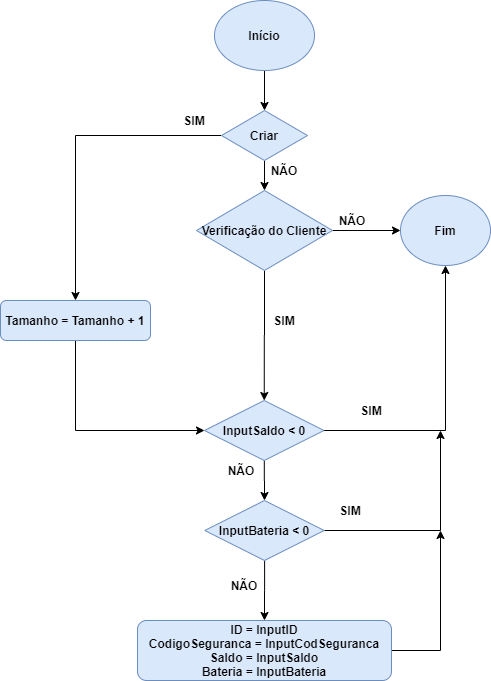
The draw.io diagram AlterarBaseDados.png in ProgRub/Proj2AC, before a commit. Source tidied: cells renumbered, new cells last; positions are measured from the earlier drawing's top-left corner, leaving out a move shared by most shapes.
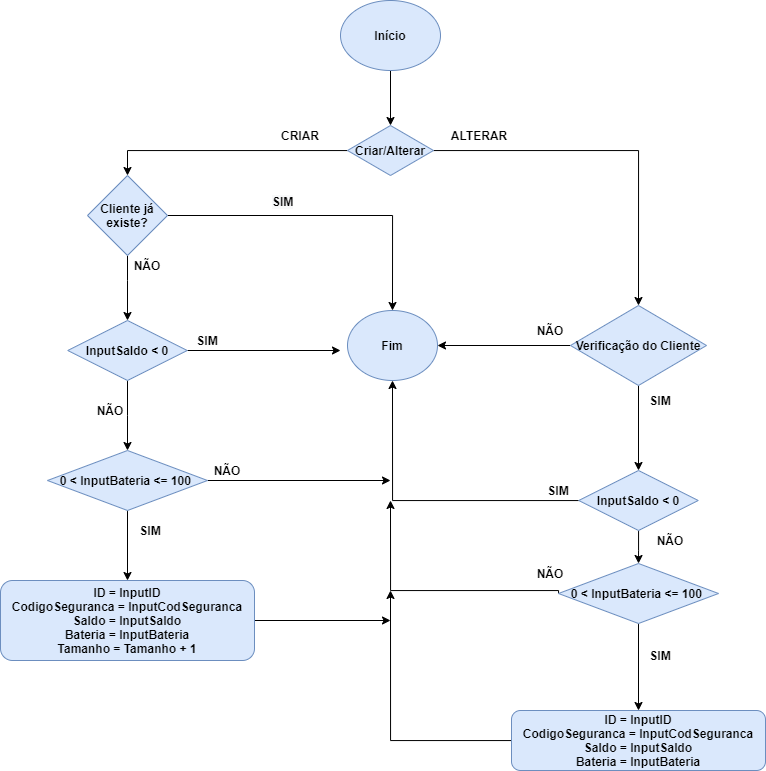
The same diagram one commit later.

Diff of the diagram source:
```diff
@@ -6,7 +6,7 @@
       <mxGeometry relative="1" as="geometry" />
     </mxCell>
     <mxCell id="3" value="&lt;b&gt;Início&lt;/b&gt;" style="ellipse;whiteSpace=wrap;html=1;fillColor=#dae8fc;strokeColor=#6c8ebf;" parent="1" vertex="1">
-      <mxGeometry x="214" width="100" height="70" as="geometry" />
+      <mxGeometry x="190" y="-60" width="100" height="70" as="geometry" />
     </mxCell>
     <mxCell id="4" style="edgeStyle=orthogonalEdgeStyle;rounded=0;jettySize=auto;html=1;" parent="1" edge="1" source="6" target="7">
       <mxGeometry relative="1" as="geometry" />
@@ -15,36 +15,26 @@
       <mxGeometry relative="1" as="geometry" />
     </mxCell>
     <mxCell id="6" value="&lt;b&gt;Verificação do Cliente&lt;/b&gt;" style="rhombus;whiteSpace=wrap;html=1;fillColor=#dae8fc;strokeColor=#6c8ebf;" parent="1" vertex="1">
-      <mxGeometry x="196" y="190" width="136" height="80" as="geometry" />
+      <mxGeometry x="420" y="245" width="136" height="80" as="geometry" />
     </mxCell>
     <mxCell id="7" value="&lt;b&gt;Fim&lt;/b&gt;" style="ellipse;whiteSpace=wrap;html=1;fillColor=#dae8fc;strokeColor=#6c8ebf;" parent="1" vertex="1">
-      <mxGeometry x="400" y="195" width="90" height="70" as="geometry" />
+      <mxGeometry x="197" y="250" width="90" height="70" as="geometry" />
     </mxCell>
     <mxCell id="8" value="&lt;b&gt;NÃO&lt;/b&gt;" style="text;html=1;strokeColor=none;fillColor=none;align=center;verticalAlign=middle;whiteSpace=wrap;rounded=0;" parent="1" vertex="1">
-      <mxGeometry x="332" y="210" width="40" height="20" as="geometry" />
+      <mxGeometry x="380" y="260" width="40" height="20" as="geometry" />
     </mxCell>
     <mxCell id="9" value="&lt;b&gt;SIM&lt;/b&gt;" style="text;html=1;strokeColor=none;fillColor=none;align=center;verticalAlign=middle;whiteSpace=wrap;rounded=0;" parent="1" vertex="1">
-      <mxGeometry x="264" y="310" width="40" height="20" as="geometry" />
+      <mxGeometry x="490" y="330" width="40" height="20" as="geometry" />
     </mxCell>
     <mxCell id="10" style="edgeStyle=orthogonalEdgeStyle;rounded=0;jettySize=auto;html=1;entryX=0.5;entryY=0;entryDx=0;entryDy=0;" parent="1" edge="1" source="12" target="6">
       <mxGeometry relative="1" as="geometry" />
     </mxCell>
-    <mxCell id="11" style="edgeStyle=orthogonalEdgeStyle;rounded=0;jettySize=auto;html=1;entryX=0.5;entryY=0;entryDx=0;entryDy=0;" parent="1" edge="1" source="12" target="14">
-      <mxGeometry relative="1" as="geometry" />
-    </mxCell>
+    <mxCell id="29" style="edgeStyle=orthogonalEdgeStyle;rounded=0;jettySize=auto;html=1;entryX=0.5;entryY=0;entryDx=0;entryDy=0;" parent="1" edge="1" source="12" target="34">
+      <mxGeometry relative="1" as="geometry" />
+    </mxCell>
-    <mxCell id="12" value="&lt;b&gt;Criar&lt;/b&gt;" style="rhombus;whiteSpace=wrap;html=1;fillColor=#dae8fc;strokeColor=#6c8ebf;" parent="1" vertex="1">
-      <mxGeometry x="221" y="110" width="86" height="50" as="geometry" />
+    <mxCell id="12" value="&lt;b&gt;Criar/Alterar&lt;/b&gt;" style="rhombus;whiteSpace=wrap;html=1;fillColor=#dae8fc;strokeColor=#6c8ebf;" parent="1" vertex="1">
+      <mxGeometry x="197" y="65" width="86" height="50" as="geometry" />
     </mxCell>
-    <mxCell id="13" style="edgeStyle=orthogonalEdgeStyle;rounded=0;jettySize=auto;html=1;entryX=0;entryY=0.5;entryDx=0;entryDy=0;" parent="1" edge="1" source="14" target="17">
-      <mxGeometry relative="1" as="geometry">
-        <Array as="points">
-          <mxPoint x="75" y="430" />
-        </Array>
-      </mxGeometry>
-    </mxCell>
-    <mxCell id="14" value="&lt;b&gt;Tamanho = Tamanho + 1&lt;/b&gt;" style="rounded=1;whiteSpace=wrap;html=1;fillColor=#dae8fc;strokeColor=#6c8ebf;" parent="1" vertex="1">
-      <mxGeometry y="300" width="150" height="40" as="geometry" />
-    </mxCell>
     <mxCell id="15" style="edgeStyle=orthogonalEdgeStyle;rounded=0;jettySize=auto;html=1;entryX=0.5;entryY=0;entryDx=0;entryDy=0;" parent="1" edge="1" source="17" target="23">
       <mxGeometry relative="1" as="geometry" />
     </mxCell>
@@ -52,44 +42,113 @@
       <mxGeometry relative="1" as="geometry" />
     </mxCell>
     <mxCell id="17" value="&lt;b&gt;InputSaldo &amp;lt; 0&lt;/b&gt;" style="rhombus;whiteSpace=wrap;html=1;fillColor=#dae8fc;strokeColor=#6c8ebf;" parent="1" vertex="1">
-      <mxGeometry x="204" y="400" width="119.5" height="60" as="geometry" />
+      <mxGeometry x="428.2" y="410" width="119.5" height="60" as="geometry" />
     </mxCell>
     <mxCell id="18" value="&lt;b&gt;SIM&lt;/b&gt;" style="text;html=1;strokeColor=none;fillColor=none;align=center;verticalAlign=middle;whiteSpace=wrap;rounded=0;" parent="1" vertex="1">
-      <mxGeometry x="351" y="400" width="40" height="20" as="geometry" />
+      <mxGeometry x="388.2" y="420" width="40" height="20" as="geometry" />
     </mxCell>
-    <mxCell id="19" style="edgeStyle=orthogonalEdgeStyle;rounded=0;jettySize=auto;html=1;" parent="1" edge="1" source="20">
-      <mxGeometry relative="1" as="geometry">
-        <mxPoint x="440" y="530" as="targetPoint" />
-      </mxGeometry>
-    </mxCell>
+    <mxCell id="30" style="edgeStyle=orthogonalEdgeStyle;rounded=0;jettySize=auto;html=1;" parent="1" edge="1" source="20">
+      <mxGeometry relative="1" as="geometry">
+        <mxPoint x="240" y="530" as="targetPoint" />
+        <Array as="points">
+          <mxPoint x="240" y="680" />
+        </Array>
+      </mxGeometry>
+    </mxCell>
     <mxCell id="20" value="&lt;b&gt;ID = InputID&lt;br&gt;CodigoSeguranca = InputCodSeguranca&lt;br&gt;Saldo = InputSaldo&lt;br&gt;Bateria = InputBateria&lt;/b&gt;" style="rounded=1;whiteSpace=wrap;html=1;fillColor=#dae8fc;strokeColor=#6c8ebf;" parent="1" vertex="1">
-      <mxGeometry x="137" y="620" width="254" height="60" as="geometry" />
+      <mxGeometry x="361" y="650" width="254" height="60" as="geometry" />
     </mxCell>
     <mxCell id="21" style="edgeStyle=orthogonalEdgeStyle;rounded=0;jettySize=auto;html=1;entryX=0.5;entryY=0;entryDx=0;entryDy=0;" parent="1" edge="1" source="23" target="20">
       <mxGeometry relative="1" as="geometry" />
     </mxCell>
-    <mxCell id="22" style="edgeStyle=orthogonalEdgeStyle;rounded=0;jettySize=auto;html=1;" parent="1" edge="1" source="23">
-      <mxGeometry relative="1" as="geometry">
-        <mxPoint x="440" y="430" as="targetPoint" />
-      </mxGeometry>
-    </mxCell>
+    <mxCell id="31" style="edgeStyle=orthogonalEdgeStyle;rounded=0;jettySize=auto;html=1;exitX=0;exitY=0.5;exitDx=0;exitDy=0;" parent="1" edge="1" source="23">
+      <mxGeometry relative="1" as="geometry">
+        <mxPoint x="240" y="440" as="targetPoint" />
+        <Array as="points">
+          <mxPoint x="408" y="530" />
+          <mxPoint x="240" y="530" />
+        </Array>
+      </mxGeometry>
+    </mxCell>
-    <mxCell id="23" value="&lt;b&gt;InputBateria &amp;lt; 0&lt;/b&gt;" style="rhombus;whiteSpace=wrap;html=1;fillColor=#dae8fc;strokeColor=#6c8ebf;" parent="1" vertex="1">
-      <mxGeometry x="204.2" y="500" width="119.5" height="60" as="geometry" />
+    <mxCell id="23" value="&lt;b&gt;0 &amp;lt; InputBateria &amp;lt;= 100&amp;nbsp;&lt;/b&gt;" style="rhombus;whiteSpace=wrap;html=1;fillColor=#dae8fc;strokeColor=#6c8ebf;" parent="1" vertex="1">
+      <mxGeometry x="408" y="503" width="160" height="60" as="geometry" />
     </mxCell>
     <mxCell id="24" value="&lt;b&gt;SIM&lt;/b&gt;" style="text;html=1;strokeColor=none;fillColor=none;align=center;verticalAlign=middle;whiteSpace=wrap;rounded=0;" parent="1" vertex="1">
-      <mxGeometry x="330" y="500" width="40" height="20" as="geometry" />
+      <mxGeometry x="490" y="585" width="40" height="20" as="geometry" />
     </mxCell>
-    <mxCell id="25" value="&lt;b&gt;NÃO&lt;/b&gt;" style="text;html=1;strokeColor=none;fillColor=none;align=center;verticalAlign=middle;whiteSpace=wrap;rounded=0;" parent="1" vertex="1">
-      <mxGeometry x="221" y="460" width="40" height="20" as="geometry" />
-    </mxCell>
     <mxCell id="26" value="&lt;b&gt;NÃO&lt;/b&gt;" style="text;html=1;strokeColor=none;fillColor=none;align=center;verticalAlign=middle;whiteSpace=wrap;rounded=0;" parent="1" vertex="1">
-      <mxGeometry x="224" y="575" width="40" height="20" as="geometry" />
+      <mxGeometry x="380" y="503" width="40" height="20" as="geometry" />
     </mxCell>
-    <mxCell id="27" value="&lt;b&gt;NÃO&lt;/b&gt;" style="text;html=1;strokeColor=none;fillColor=none;align=center;verticalAlign=middle;whiteSpace=wrap;rounded=0;" parent="1" vertex="1">
-      <mxGeometry x="264" y="160" width="40" height="20" as="geometry" />
+    <mxCell id="27" value="&lt;b&gt;ALTERAR&lt;/b&gt;" style="text;html=1;strokeColor=none;fillColor=none;align=center;verticalAlign=middle;whiteSpace=wrap;rounded=0;" parent="1" vertex="1">
+      <mxGeometry x="309" y="65" width="40" height="20" as="geometry" />
     </mxCell>
-    <mxCell id="28" value="&lt;b&gt;SIM&lt;/b&gt;" style="text;html=1;strokeColor=none;fillColor=none;align=center;verticalAlign=middle;whiteSpace=wrap;rounded=0;" parent="1" vertex="1">
-      <mxGeometry x="174" y="110" width="40" height="20" as="geometry" />
+    <mxCell id="28" value="&lt;b&gt;CRIAR&lt;/b&gt;" style="text;html=1;strokeColor=none;fillColor=none;align=center;verticalAlign=middle;whiteSpace=wrap;rounded=0;" parent="1" vertex="1">
+      <mxGeometry x="130" y="65" width="40" height="20" as="geometry" />
     </mxCell>
+    <mxCell id="32" style="edgeStyle=orthogonalEdgeStyle;rounded=0;jettySize=auto;html=1;entryX=0.5;entryY=0;entryDx=0;entryDy=0;" parent="1" edge="1" source="34" target="39">
+      <mxGeometry relative="1" as="geometry">
+        <Array as="points">
+          <mxPoint x="-23" y="220" />
+          <mxPoint x="-23" y="220" />
+        </Array>
+      </mxGeometry>
+    </mxCell>
+    <mxCell id="33" style="edgeStyle=orthogonalEdgeStyle;rounded=0;jettySize=auto;html=1;entryX=0.5;entryY=0;entryDx=0;entryDy=0;" parent="1" edge="1" source="34" target="7">
+      <mxGeometry relative="1" as="geometry" />
+    </mxCell>
+    <mxCell id="34" value="Cliente já existe?" style="rhombus;whiteSpace=wrap;html=1;fillColor=#dae8fc;strokeColor=#6c8ebf;fontStyle=1;" parent="1" vertex="1">
+      <mxGeometry x="-63" y="115" width="80" height="80" as="geometry" />
+    </mxCell>
+    <mxCell id="35" value="&lt;div&gt;&#10;&#10;&lt;!--StartFragment--&gt;&lt;b style=&quot;color: rgb(0, 0, 0); font-family: Helvetica; font-size: 12px; font-style: normal; font-variant-ligatures: normal; font-variant-caps: normal; letter-spacing: normal; orphans: 2; text-align: center; text-indent: 0px; text-transform: none; widows: 2; word-spacing: 0px; -webkit-text-stroke-width: 0px; background-color: rgb(248, 249, 250); text-decoration-style: initial; text-decoration-color: initial;&quot;&gt;SIM&lt;/b&gt;&lt;!--EndFragment--&gt;&#10;&#10;&lt;/div&gt;" style="text;whiteSpace=wrap;html=1;" parent="1" vertex="1">
+      <mxGeometry x="120" y="100" width="50" height="70" as="geometry" />
+    </mxCell>
+    <mxCell id="36" value="&lt;b&gt;NÃO&lt;/b&gt;" style="text;html=1;strokeColor=none;fillColor=none;align=center;verticalAlign=middle;whiteSpace=wrap;rounded=0;" parent="1" vertex="1">
+      <mxGeometry x="-23" y="195" width="40" height="20" as="geometry" />
+    </mxCell>
+    <mxCell id="37" style="edgeStyle=orthogonalEdgeStyle;rounded=0;jettySize=auto;html=1;entryX=0.5;entryY=0;entryDx=0;entryDy=0;" parent="1" edge="1" source="39" target="45">
+      <mxGeometry relative="1" as="geometry" />
+    </mxCell>
+    <mxCell id="38" style="edgeStyle=orthogonalEdgeStyle;rounded=0;jettySize=auto;html=1;" parent="1" edge="1" source="39">
+      <mxGeometry relative="1" as="geometry">
+        <mxPoint x="190" y="290" as="targetPoint" />
+      </mxGeometry>
+    </mxCell>
+    <mxCell id="39" value="&lt;b&gt;InputSaldo &amp;lt; 0&lt;/b&gt;" style="rhombus;whiteSpace=wrap;html=1;fillColor=#dae8fc;strokeColor=#6c8ebf;" parent="1" vertex="1">
+      <mxGeometry x="-82.8" y="260" width="119.5" height="60" as="geometry" />
+    </mxCell>
+    <mxCell id="40" value="&lt;b&gt;SIM&lt;/b&gt;" style="text;html=1;strokeColor=none;fillColor=none;align=center;verticalAlign=middle;whiteSpace=wrap;rounded=0;" parent="1" vertex="1">
+      <mxGeometry x="36.8" y="270" width="40" height="20" as="geometry" />
+    </mxCell>
+    <mxCell id="41" style="edgeStyle=orthogonalEdgeStyle;rounded=0;jettySize=auto;html=1;" parent="1" edge="1" source="42">
+      <mxGeometry relative="1" as="geometry">
+        <mxPoint x="240" y="560" as="targetPoint" />
+      </mxGeometry>
+    </mxCell>
+    <mxCell id="42" value="&lt;b&gt;ID = InputID&lt;br&gt;CodigoSeguranca = InputCodSeguranca&lt;br&gt;Saldo = InputSaldo&lt;br&gt;Bateria = InputBateria&lt;br&gt;&lt;/b&gt;&lt;b&gt;Tamanho = Tamanho + 1&lt;/b&gt;&lt;b&gt;&lt;br&gt;&lt;/b&gt;" style="rounded=1;whiteSpace=wrap;html=1;fillColor=#dae8fc;strokeColor=#6c8ebf;" parent="1" vertex="1">
+      <mxGeometry x="-150" y="520" width="254" height="80" as="geometry" />
+    </mxCell>
+    <mxCell id="43" style="edgeStyle=orthogonalEdgeStyle;rounded=0;jettySize=auto;html=1;entryX=0.5;entryY=0;entryDx=0;entryDy=0;" parent="1" edge="1" source="45" target="42">
+      <mxGeometry relative="1" as="geometry" />
+    </mxCell>
+    <mxCell id="44" style="edgeStyle=orthogonalEdgeStyle;rounded=0;jettySize=auto;html=1;" parent="1" edge="1" source="45">
+      <mxGeometry relative="1" as="geometry">
+        <mxPoint x="240" y="420" as="targetPoint" />
+      </mxGeometry>
+    </mxCell>
+    <mxCell id="45" value="&lt;b&gt;0 &amp;lt; InputBateria &amp;lt;= 100&amp;nbsp;&lt;/b&gt;" style="rhombus;whiteSpace=wrap;html=1;fillColor=#dae8fc;strokeColor=#6c8ebf;" parent="1" vertex="1">
+      <mxGeometry x="-103" y="390" width="160" height="60" as="geometry" />
+    </mxCell>
+    <mxCell id="46" value="&lt;b&gt;SIM&lt;/b&gt;" style="text;html=1;strokeColor=none;fillColor=none;align=center;verticalAlign=middle;whiteSpace=wrap;rounded=0;" parent="1" vertex="1">
+      <mxGeometry x="-20" y="460" width="40" height="20" as="geometry" />
+    </mxCell>
+    <mxCell id="47" value="&lt;b&gt;NÃO&lt;/b&gt;" style="text;html=1;strokeColor=none;fillColor=none;align=center;verticalAlign=middle;whiteSpace=wrap;rounded=0;" parent="1" vertex="1">
+      <mxGeometry x="-60" y="340" width="40" height="20" as="geometry" />
+    </mxCell>
+    <mxCell id="48" value="&lt;b&gt;NÃO&lt;/b&gt;" style="text;html=1;strokeColor=none;fillColor=none;align=center;verticalAlign=middle;whiteSpace=wrap;rounded=0;" parent="1" vertex="1">
+      <mxGeometry x="57" y="400" width="40" height="20" as="geometry" />
+    </mxCell>
+    <mxCell id="49" value="&lt;b&gt;NÃO&lt;/b&gt;" style="text;html=1;strokeColor=none;fillColor=none;align=center;verticalAlign=middle;whiteSpace=wrap;rounded=0;" parent="1" vertex="1">
+      <mxGeometry x="500" y="470" width="40" height="20" as="geometry" />
+    </mxCell>
   </root>
 </mxGraphModel>
```
